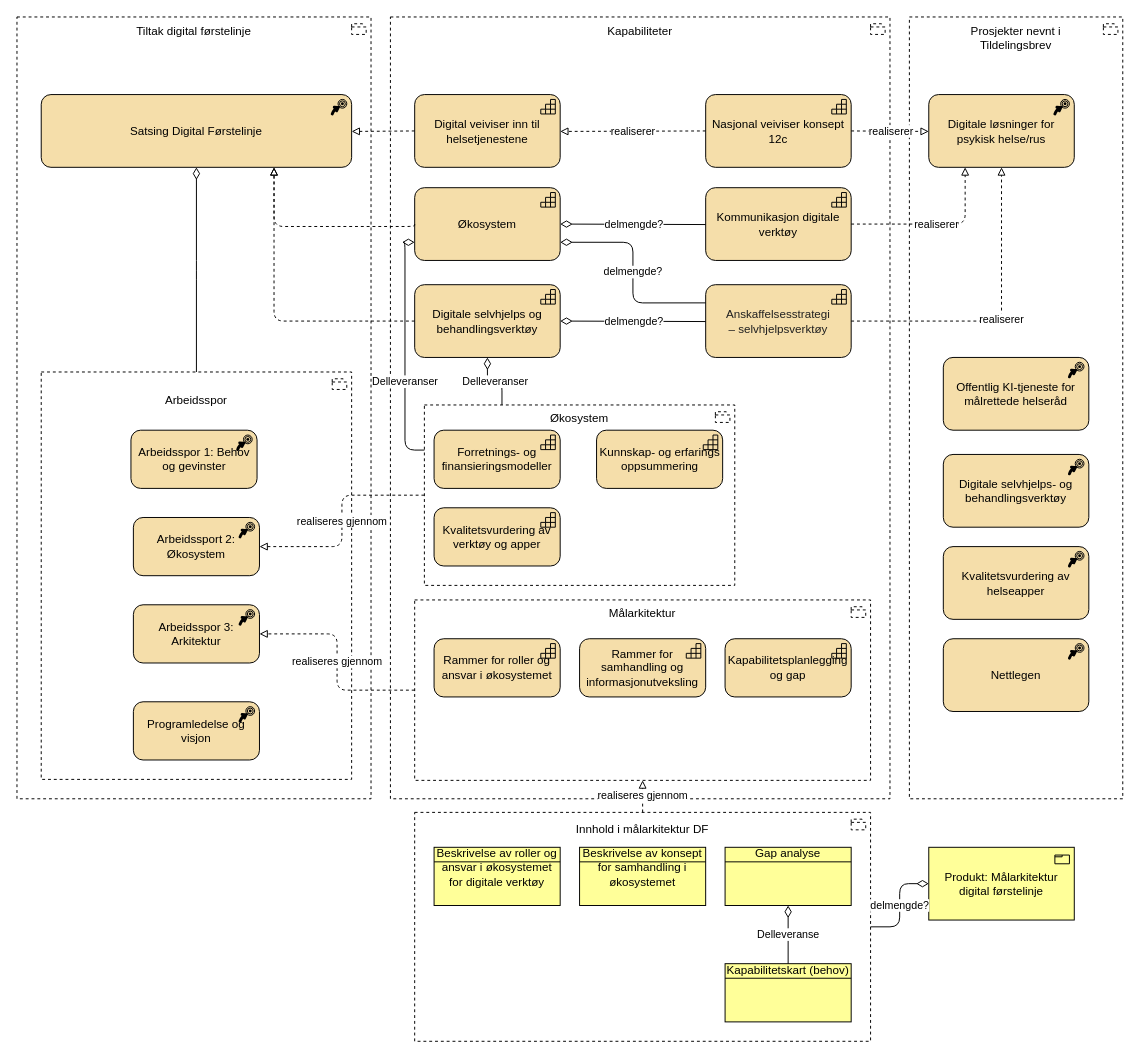
The draw.io diagram page "tiltak-arkitektur" (3 of 3) of docs/strategi/tiltak-kapabiliteter.drawio in hdir/Digital-Forstelinje, before the edit. Source tidied: cells renumbered, new cells numbered last; positions are measured from the earlier drawing's top-left corner, leaving out a move shared by most shapes. Both pictures are drawn from the tidied source at 97%, with x=0, y=0 at pixel (16, 16).
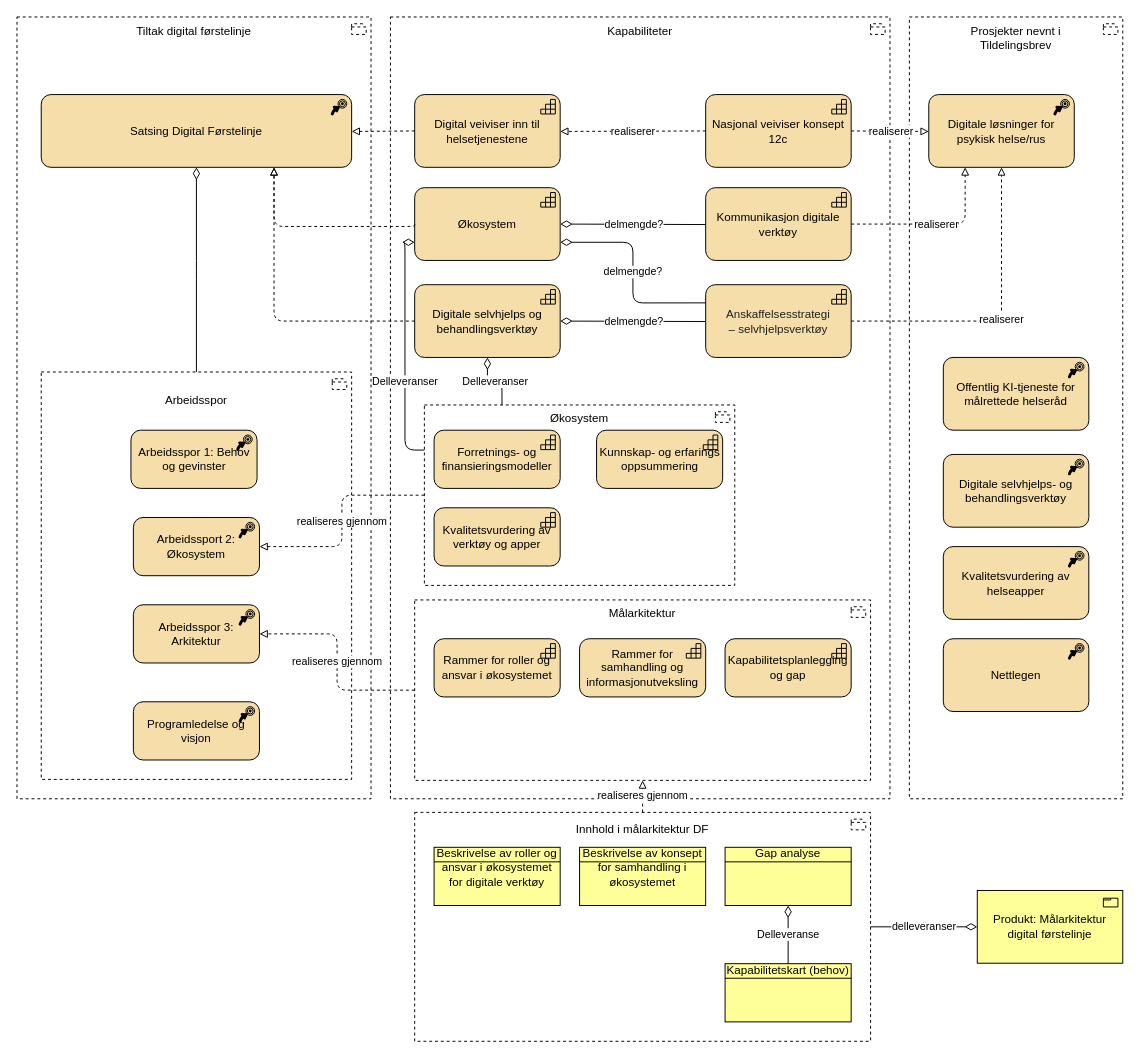
The same diagram, later.

The change refers to these unchanged cells:
```xml
<mxCell id="2" value="&lt;div&gt;Innhold i målarkitektur DF&lt;/div&gt;&lt;div&gt;&lt;br&gt;&lt;/div&gt;&lt;div&gt;&lt;br&gt;&lt;/div&gt;&lt;div&gt;&lt;br&gt;&lt;/div&gt;&lt;div&gt;&lt;br&gt;&lt;/div&gt;&lt;div&gt;&lt;br&gt;&lt;/div&gt;&lt;div&gt;&lt;br&gt;&lt;/div&gt;&lt;div&gt;&lt;br&gt;&lt;/div&gt;&lt;div&gt;&lt;br&gt;&lt;/div&gt;&lt;div&gt;&lt;br&gt;&lt;/div&gt;&lt;div&gt;&lt;br&gt;&lt;/div&gt;&lt;div&gt;&lt;br&gt;&lt;/div&gt;&lt;div&gt;&lt;br&gt;&lt;/div&gt;&lt;div&gt;&lt;br&gt;&lt;/div&gt;&lt;div&gt;&lt;br&gt;&lt;/div&gt;" style="html=1;outlineConnect=0;whiteSpace=wrap;shape=mxgraph.archimate3.application;appType=grouping;archiType=square;dashed=1;fillColor=none;" parent="1" vertex="1">
  <mxGeometry x="410" y="820" width="470" height="236" as="geometry" />
</mxCell>
```

Change to the diagram source:
```diff
@@
     <mxCell id="46" value="Produkt: Målarkitektur digital førstelinje" style="html=1;outlineConnect=0;whiteSpace=wrap;fillColor=#ffff99;shape=mxgraph.archimate3.application;appType=product;archiType=square;" parent="1" vertex="1">
-      <mxGeometry x="940" y="856" width="150" height="75" as="geometry" />
+      <mxGeometry x="990" y="900.5" width="150" height="75" as="geometry" />
     </mxCell>
@@
-    <mxCell id="53" value="delmengde?" style="html=1;startArrow=diamondThin;startFill=0;edgeStyle=orthogonalEdgeStyle;elbow=vertical;startSize=10;endArrow=none;endFill=0;exitX=0;exitY=0.5;exitDx=0;exitDy=0;exitPerimeter=0;entryX=1;entryY=0.5;entryDx=0;entryDy=0;entryPerimeter=0;" parent="1" edge="1" source="46" target="2">
+    <mxCell id="53" value="delleveranser" style="html=1;startArrow=diamondThin;startFill=0;edgeStyle=orthogonalEdgeStyle;elbow=vertical;startSize=10;endArrow=none;endFill=0;exitX=0;exitY=0.5;exitDx=0;exitDy=0;exitPerimeter=0;entryX=1;entryY=0.5;entryDx=0;entryDy=0;entryPerimeter=0;" parent="1" edge="1" source="46" target="2">
       <mxGeometry relative="1" as="geometry" />
     </mxCell>
```
